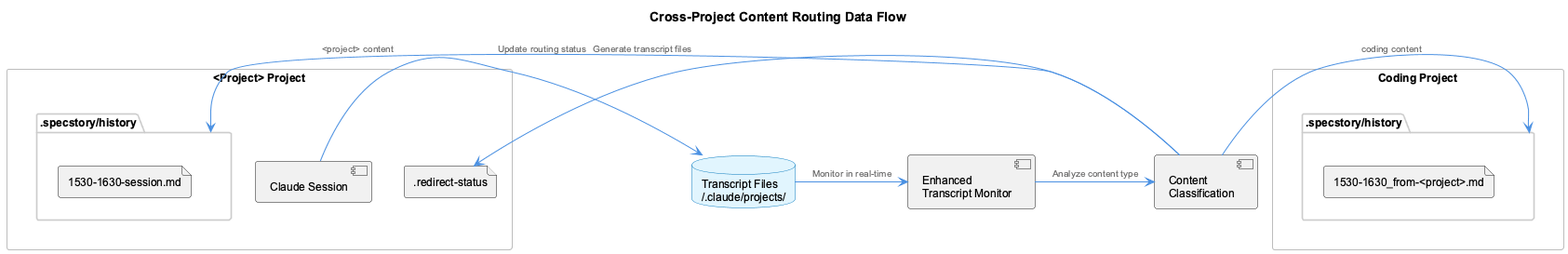
Above: docs-content/images/cross-project-data-flow.png in fwornle/coding (PlantUML), before the change.
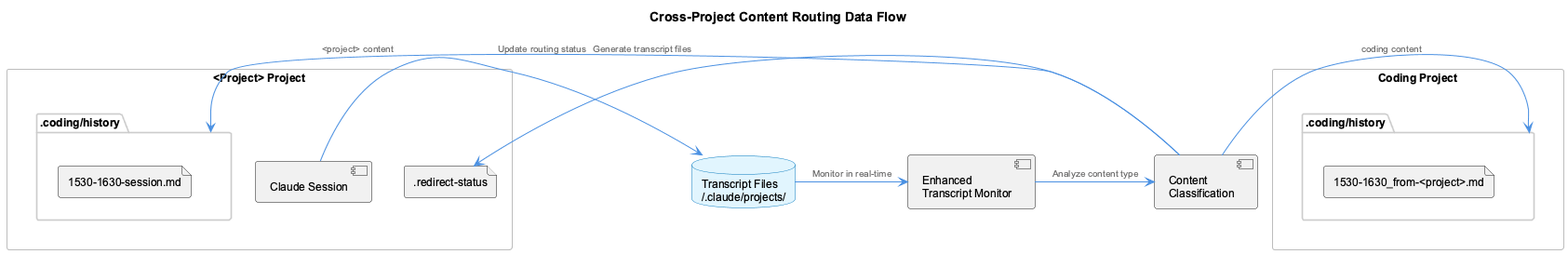
After the change.

Diff of the diagram source:
```diff
@@ -6,14 +6,14 @@
 
 rectangle "<Project> Project" as NanoDegree {
   component "Claude Session" as NanoSession
-  folder ".specstory/history" as NanoFiles {
+  folder ".coding/history" as NanoFiles {
     file "1530-1630-session.md" as NanoLSL
   }
   file ".redirect-status" as RedirectStatus
 }
 
 rectangle "Coding Project" as Coding {
-  folder ".specstory/history" as CodingFiles {
+  folder ".coding/history" as CodingFiles {
     file "1530-1630_from-<project>.md" as CodingLSL
   }
 }
```
